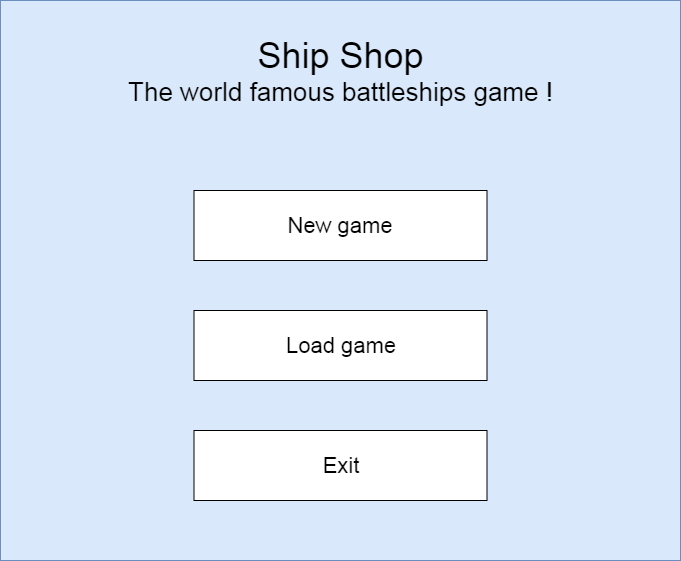
Before: doc/conception/image/interface/Main_Menu.png, a diagram exported from draw.io (Reynault/ShipShop). Source tidied: cells renumbered, new cells last; positions are measured from the earlier drawing's top-left corner, leaving out a move shared by most shapes.
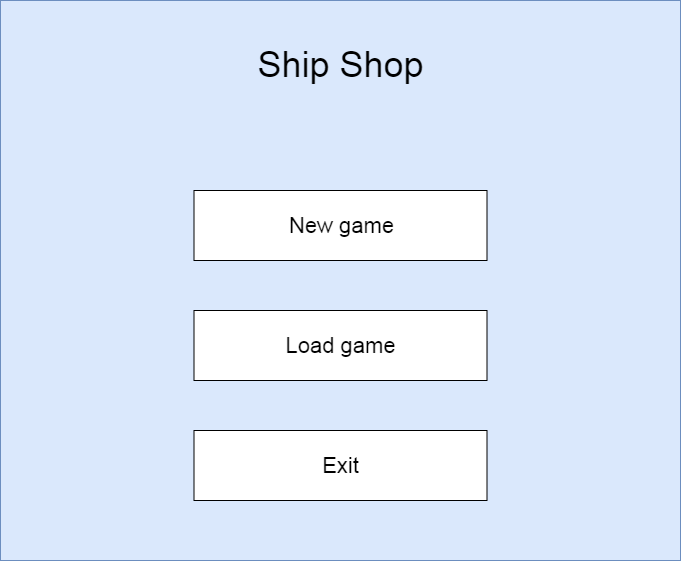
After the change.

The edit, as a diff of the source:
```diff
@@ -5,7 +5,7 @@
     <mxCell id="2" style="rounded=0;whiteSpace=wrap;html=1;fillColor=#dae8fc;strokeColor=#6c8ebf;" parent="1" vertex="1">
       <mxGeometry width="680" height="560" as="geometry" />
     </mxCell>
-    <mxCell id="3" value="&lt;font&gt;&lt;span style=&quot;font-size: 36px&quot;&gt;Ship Shop&lt;/span&gt;&lt;br&gt;&lt;font style=&quot;font-size: 26px&quot;&gt;The world famous battleships game !&lt;/font&gt;&lt;/font&gt;" style="text;html=1;strokeColor=none;fillColor=none;align=center;verticalAlign=middle;whiteSpace=wrap;rounded=0;" parent="1" vertex="1">
+    <mxCell id="3" value="&lt;font&gt;&lt;span style=&quot;font-size: 36px&quot;&gt;Ship Shop&lt;/span&gt;&lt;br&gt;&lt;br&gt;&lt;/font&gt;" style="text;html=1;strokeColor=none;fillColor=none;align=center;verticalAlign=middle;whiteSpace=wrap;rounded=0;" parent="1" vertex="1">
       <mxGeometry x="100.5" y="60" width="479" height="20" as="geometry" />
     </mxCell>
     <mxCell id="4" value="&lt;font style=&quot;font-size: 22px&quot;&gt;Exit&lt;/font&gt;" style="rounded=0;whiteSpace=wrap;html=1;" parent="1" vertex="1">
```
